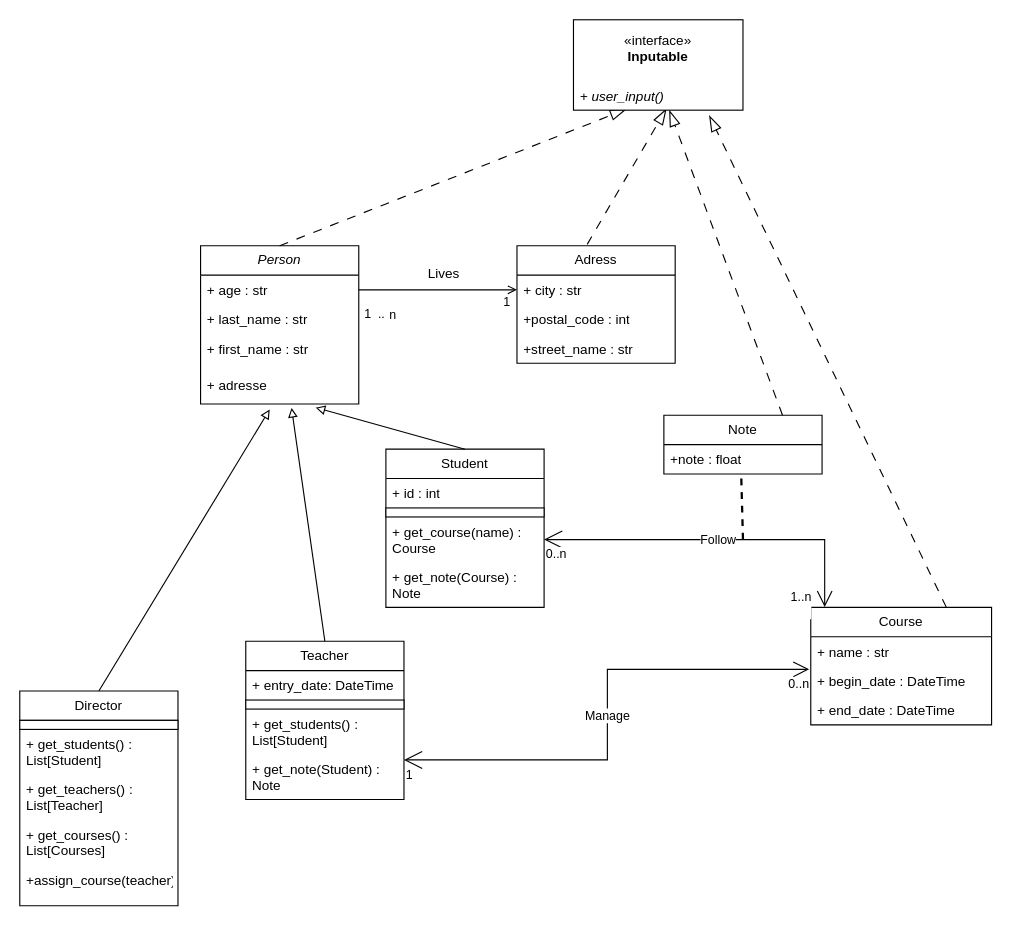
Before: gestion_ecole.drawio in johandeschamps/gestion_ecole, a draw.io diagram. Source tidied: cells renumbered, new cells numbered last; positions are measured from the earlier drawing's top-left corner, leaving out a move shared by most shapes. Both pictures are drawn from the tidied source at 113%, with x=0, y=0 at pixel (19, 19).
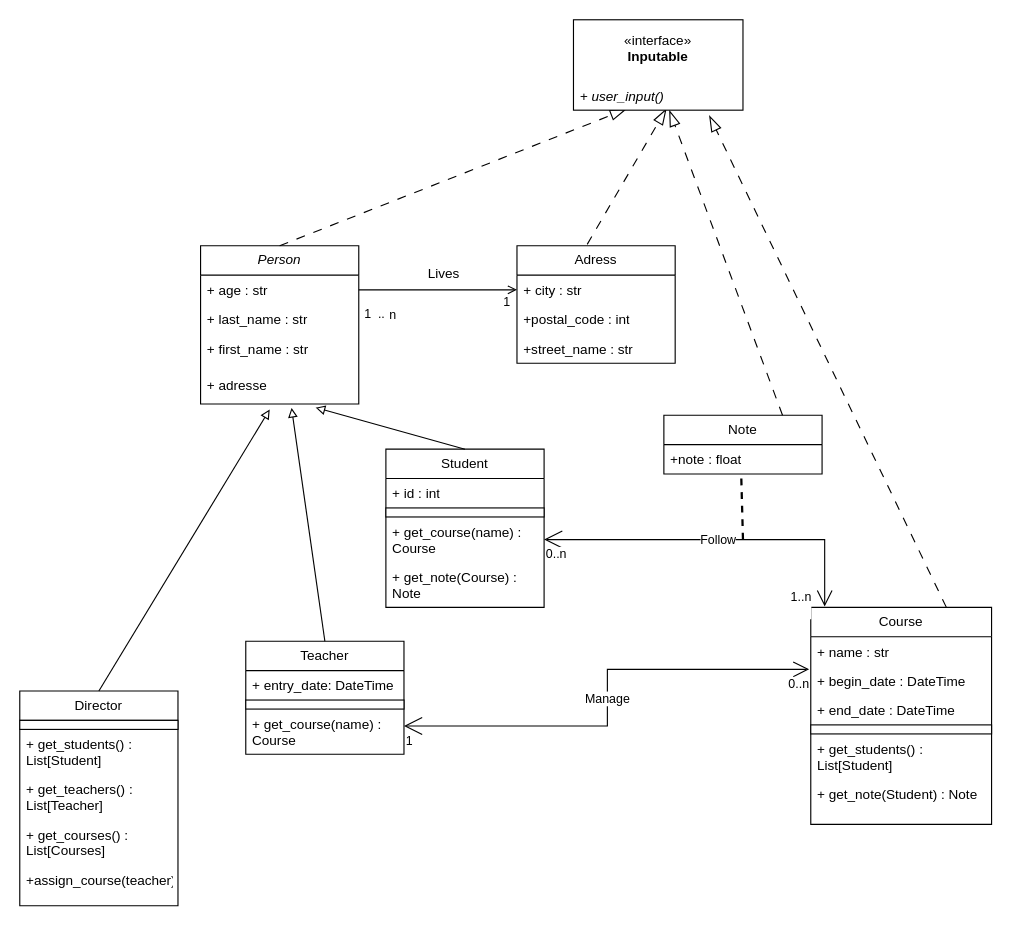
After the change.

Change to the diagram source:
```diff
@@
     <mxCell id="23" value="Teacher" style="swimlane;fontStyle=0;horizontal=1;startSize=26;fillColor=none;whiteSpace=wrap;html=1;" parent="1" vertex="1">
-      <mxGeometry x="200" y="550" width="140" height="140" as="geometry" />
+      <mxGeometry x="200" y="550" width="140" height="100" as="geometry" />
     </mxCell>
@@
-    <mxCell id="26" value="+ get_students() : List[Student]" style="text;strokeColor=none;fillColor=none;align=left;verticalAlign=top;spacingLeft=4;spacingRight=4;overflow=hidden;whiteSpace=wrap;html=1;" parent="23" vertex="1">
-      <mxGeometry y="60" width="140" height="40" as="geometry" />
-    </mxCell>
-    <mxCell id="27" value="+ get_note(Student) : Note" style="text;strokeColor=none;fillColor=none;align=left;verticalAlign=top;spacingLeft=4;spacingRight=4;overflow=hidden;whiteSpace=wrap;html=1;" parent="23" vertex="1">
-      <mxGeometry y="100" width="140" height="40" as="geometry" />
-    </mxCell>
+    <mxCell id="55" value="+ get_course(name) : Course" style="text;strokeColor=none;fillColor=none;align=left;verticalAlign=top;spacingLeft=4;spacingRight=4;overflow=hidden;whiteSpace=wrap;html=1;" parent="23" vertex="1">
+      <mxGeometry y="60" width="140" height="40" as="geometry" />
+    </mxCell>
@@
     <mxCell id="36" value="Course" style="swimlane;fontStyle=0;horizontal=1;startSize=26;fillColor=none;whiteSpace=wrap;html=1;" parent="1" vertex="1">
-      <mxGeometry x="700" y="520" width="160" height="104" as="geometry" />
+      <mxGeometry x="700" y="520" width="160" height="192" as="geometry" />
     </mxCell>
@@
+    <mxCell id="56" style="rounded=0;whiteSpace=wrap;html=1;" parent="36" vertex="1">
+      <mxGeometry y="104" width="160" height="8" as="geometry" />
+    </mxCell>
+    <mxCell id="26" value="+ get_students() : List[Student]" style="text;strokeColor=none;fillColor=none;align=left;verticalAlign=top;spacingLeft=4;spacingRight=4;overflow=hidden;whiteSpace=wrap;html=1;" parent="36" vertex="1">
+      <mxGeometry y="112" width="160" height="40" as="geometry" />
+    </mxCell>
+    <mxCell id="27" value="+ get_note(Student) : Note" style="text;strokeColor=none;fillColor=none;align=left;verticalAlign=top;spacingLeft=4;spacingRight=4;overflow=hidden;whiteSpace=wrap;html=1;" parent="36" vertex="1">
+      <mxGeometry y="152" width="160" height="40" as="geometry" />
+    </mxCell>
```
